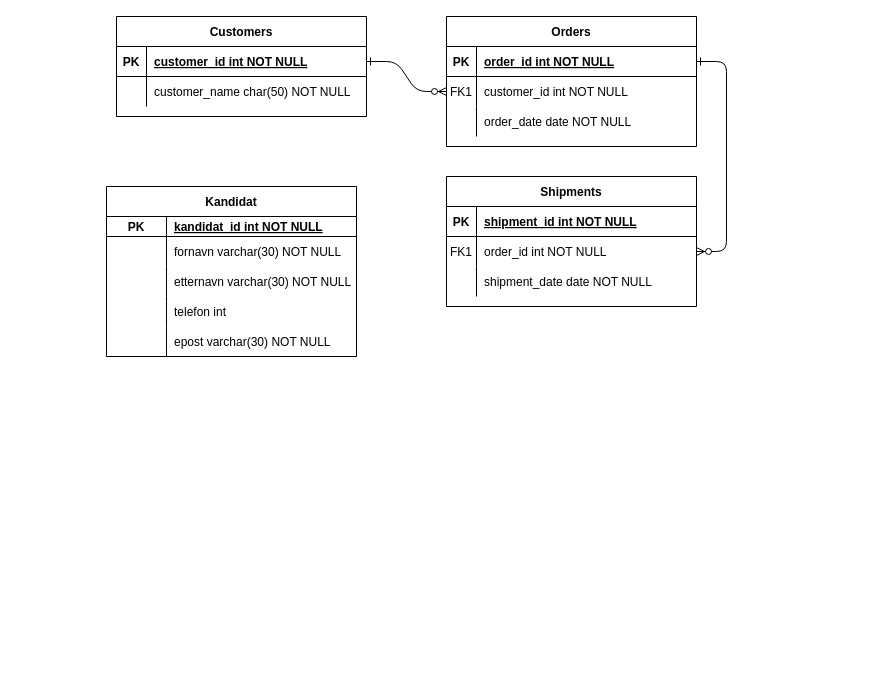
Above: Vikartjeneste ER.drawio in SchatzerZD/SQLDatabase (draw.io), before the change. Source tidied: cells renumbered, new cells numbered last; positions are measured from the earlier drawing's top-left corner, leaving out a move shared by most shapes. Both pictures are drawn from the tidied source at 100%, with x=0, y=0 at pixel (106, 16).
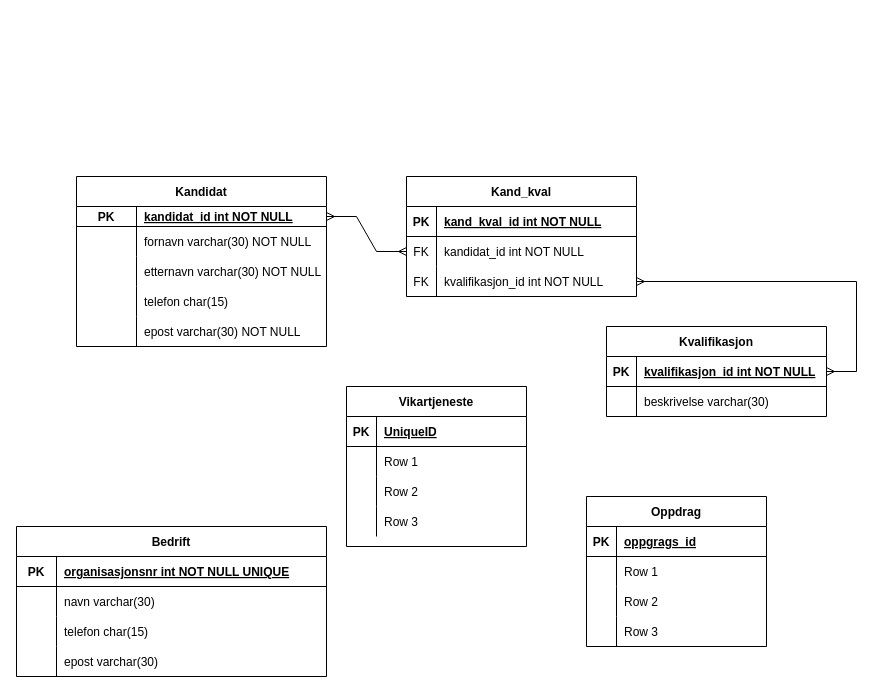
Above is the later version.

The change refers to these unchanged cells:
```xml
<mxCell id="32" style="shape=tableRow;horizontal=0;startSize=0;swimlaneHead=0;swimlaneBody=0;fillColor=none;points=[[0,0.5],[1,0.5]];portConstraint=eastwest;top=0;left=0;right=0;bottom=1;" parent="31" vertex="1">
  <mxGeometry y="30" width="250" height="20" as="geometry" />
</mxCell>
<mxCell id="41" style="shape=tableRow;horizontal=0;startSize=0;swimlaneHead=0;swimlaneBody=0;fillColor=none;top=0;left=0;right=0;bottom=0;" parent="31" vertex="1">
  <mxGeometry y="110" width="250" height="30" as="geometry" />
</mxCell>
```

Change to the diagram source:
```diff
@@
-    <mxCell id="2" style="edgeStyle=entityRelationEdgeStyle;endArrow=ERzeroToMany;startArrow=ERone;endFill=1;startFill=0;" parent="1" edge="1" source="25" target="8">
-      <mxGeometry relative="1" as="geometry" />
-    </mxCell>
-    <mxCell id="3" style="edgeStyle=entityRelationEdgeStyle;endArrow=ERzeroToMany;startArrow=ERone;endFill=1;startFill=0;" parent="1" edge="1" source="5" target="18">
-      <mxGeometry relative="1" as="geometry" />
-    </mxCell>
-    <mxCell id="4" value="Orders" style="shape=table;startSize=30;childLayout=tableLayout;rowLines=0;fontStyle=1;align=center;" parent="1" vertex="1">
-      <mxGeometry x="340" width="250" height="130" as="geometry" />
-    </mxCell>
-    <mxCell id="5" style="shape=partialRectangle;fillColor=none;points=[[0,0.5],[1,0.5]];portConstraint=eastwest;top=0;left=0;right=0;bottom=1;" parent="4" vertex="1">
-      <mxGeometry y="30" width="250" height="30" as="geometry" />
-    </mxCell>
-    <mxCell id="6" value="PK" style="shape=partialRectangle;overflow=hidden;fillColor=none;top=0;left=0;bottom=0;right=0;fontStyle=1;" parent="5" vertex="1">
-      <mxGeometry width="30" height="30" as="geometry" />
-    </mxCell>
-    <mxCell id="7" value="order_id int NOT NULL " style="shape=partialRectangle;overflow=hidden;fillColor=none;top=0;left=0;bottom=0;right=0;align=left;spacingLeft=6;fontStyle=5;" parent="5" vertex="1">
-      <mxGeometry x="30" width="220" height="30" as="geometry" />
-    </mxCell>
-    <mxCell id="8" style="shape=partialRectangle;fillColor=none;points=[[0,0.5],[1,0.5]];portConstraint=eastwest;top=0;left=0;right=0;bottom=0;" parent="4" vertex="1">
-      <mxGeometry y="60" width="250" height="30" as="geometry" />
-    </mxCell>
-    <mxCell id="9" value="FK1" style="shape=partialRectangle;overflow=hidden;fillColor=none;top=0;left=0;bottom=0;right=0;" parent="8" vertex="1">
-      <mxGeometry width="30" height="30" as="geometry" />
-    </mxCell>
-    <mxCell id="10" value="customer_id int NOT NULL" style="shape=partialRectangle;overflow=hidden;fillColor=none;top=0;left=0;bottom=0;right=0;align=left;spacingLeft=6;" parent="8" vertex="1">
-      <mxGeometry x="30" width="220" height="30" as="geometry" />
-    </mxCell>
-    <mxCell id="11" style="shape=partialRectangle;fillColor=none;top=0;left=0;right=0;bottom=0;" parent="4" vertex="1">
-      <mxGeometry y="90" width="250" height="30" as="geometry" />
-    </mxCell>
-    <mxCell id="12" style="shape=partialRectangle;overflow=hidden;fillColor=none;top=0;left=0;bottom=0;right=0;" parent="11" vertex="1">
-      <mxGeometry width="30" height="30" as="geometry" />
-    </mxCell>
-    <mxCell id="13" value="order_date date NOT NULL" style="shape=partialRectangle;overflow=hidden;fillColor=none;top=0;left=0;bottom=0;right=0;align=left;spacingLeft=6;" parent="11" vertex="1">
-      <mxGeometry x="30" width="220" height="30" as="geometry" />
-    </mxCell>
-    <mxCell id="14" value="Shipments" style="shape=table;startSize=30;childLayout=tableLayout;rowLines=0;fontStyle=1;align=center;" parent="1" vertex="1">
-      <mxGeometry x="340" y="160" width="250" height="130" as="geometry" />
-    </mxCell>
-    <mxCell id="15" style="shape=partialRectangle;fillColor=none;top=0;left=0;right=0;bottom=1;" parent="14" vertex="1">
-      <mxGeometry y="30" width="250" height="30" as="geometry" />
-    </mxCell>
-    <mxCell id="16" value="PK" style="shape=partialRectangle;overflow=hidden;fillColor=none;top=0;left=0;bottom=0;right=0;fontStyle=1;" parent="15" vertex="1">
-      <mxGeometry width="30" height="30" as="geometry" />
-    </mxCell>
-    <mxCell id="17" value="shipment_id int NOT NULL " style="shape=partialRectangle;overflow=hidden;fillColor=none;top=0;left=0;bottom=0;right=0;align=left;spacingLeft=6;fontStyle=5;" parent="15" vertex="1">
-      <mxGeometry x="30" width="220" height="30" as="geometry" />
-    </mxCell>
-    <mxCell id="18" style="shape=partialRectangle;fillColor=none;points=[[0,0.5],[1,0.5]];portConstraint=eastwest;top=0;left=0;right=0;bottom=0;" parent="14" vertex="1">
-      <mxGeometry y="60" width="250" height="30" as="geometry" />
-    </mxCell>
-    <mxCell id="19" value="FK1" style="shape=partialRectangle;overflow=hidden;fillColor=none;top=0;left=0;bottom=0;right=0;" parent="18" vertex="1">
-      <mxGeometry width="30" height="30" as="geometry" />
-    </mxCell>
-    <mxCell id="20" value="order_id int NOT NULL" style="shape=partialRectangle;overflow=hidden;fillColor=none;top=0;left=0;bottom=0;right=0;align=left;spacingLeft=6;" parent="18" vertex="1">
-      <mxGeometry x="30" width="220" height="30" as="geometry" />
-    </mxCell>
-    <mxCell id="21" style="shape=partialRectangle;fillColor=none;top=0;left=0;right=0;bottom=0;" parent="14" vertex="1">
-      <mxGeometry y="90" width="250" height="30" as="geometry" />
-    </mxCell>
-    <mxCell id="22" style="shape=partialRectangle;overflow=hidden;fillColor=none;top=0;left=0;bottom=0;right=0;" parent="21" vertex="1">
-      <mxGeometry width="30" height="30" as="geometry" />
-    </mxCell>
-    <mxCell id="23" value="shipment_date date NOT NULL" style="shape=partialRectangle;overflow=hidden;fillColor=none;top=0;left=0;bottom=0;right=0;align=left;spacingLeft=6;" parent="21" vertex="1">
-      <mxGeometry x="30" width="220" height="30" as="geometry" />
-    </mxCell>
-    <mxCell id="24" value="Customers" style="shape=table;startSize=30;childLayout=tableLayout;rowLines=0;fontStyle=1;align=center;" parent="1" vertex="1">
-      <mxGeometry x="10" width="250" height="100" as="geometry" />
-    </mxCell>
-    <mxCell id="25" style="shape=partialRectangle;fillColor=none;points=[[0,0.5],[1,0.5]];portConstraint=eastwest;top=0;left=0;right=0;bottom=1;" parent="24" vertex="1">
-      <mxGeometry y="30" width="250" height="30" as="geometry" />
-    </mxCell>
-    <mxCell id="26" value="PK" style="shape=partialRectangle;overflow=hidden;fillColor=none;top=0;left=0;bottom=0;right=0;fontStyle=1;" parent="25" vertex="1">
-      <mxGeometry width="30" height="30" as="geometry" />
-    </mxCell>
-    <mxCell id="27" value="customer_id int NOT NULL " style="shape=partialRectangle;overflow=hidden;fillColor=none;top=0;left=0;bottom=0;right=0;align=left;spacingLeft=6;fontStyle=5;" parent="25" vertex="1">
-      <mxGeometry x="30" width="220" height="30" as="geometry" />
-    </mxCell>
-    <mxCell id="28" style="shape=partialRectangle;fillColor=none;top=0;left=0;right=0;bottom=0;" parent="24" vertex="1">
-      <mxGeometry y="60" width="250" height="30" as="geometry" />
-    </mxCell>
-    <mxCell id="29" style="shape=partialRectangle;overflow=hidden;fillColor=none;top=0;left=0;bottom=0;right=0;" parent="28" vertex="1">
-      <mxGeometry width="30" height="30" as="geometry" />
-    </mxCell>
-    <mxCell id="30" value="customer_name char(50) NOT NULL" style="shape=partialRectangle;overflow=hidden;fillColor=none;top=0;left=0;bottom=0;right=0;align=left;spacingLeft=6;" parent="28" vertex="1">
-      <mxGeometry x="30" width="220" height="30" as="geometry" />
-    </mxCell>
     <mxCell id="31" value="Kandidat" style="shape=table;startSize=30;childLayout=tableLayout;rowLines=0;fontStyle=1;align=center;" parent="1" vertex="1">
-      <mxGeometry y="170" width="250" height="170" as="geometry" />
+      <mxGeometry x="-30" y="160" width="250" height="170" as="geometry" />
     </mxCell>
@@
-    <mxCell id="43" value="telefon int" style="shape=partialRectangle;fillColor=none;top=0;left=0;bottom=0;right=0;align=left;spacingLeft=6;overflow=hidden;" parent="41" vertex="1">
+    <mxCell id="43" value="telefon char(15)" style="shape=partialRectangle;fillColor=none;top=0;left=0;bottom=0;right=0;align=left;spacingLeft=6;overflow=hidden;" parent="41" vertex="1">
       <mxGeometry x="60" width="190" height="30" as="geometry" />
     </mxCell>
@@
+    <mxCell id="51" value="Bedrift" style="shape=table;startSize=30;childLayout=tableLayout;rowLines=0;fontStyle=1;align=center;" parent="1" vertex="1">
+      <mxGeometry x="-90" y="510" width="310" height="150" as="geometry" />
+    </mxCell>
+    <mxCell id="52" style="shape=tableRow;horizontal=0;startSize=0;swimlaneHead=0;swimlaneBody=0;fillColor=none;top=0;left=0;right=0;bottom=1;" parent="51" vertex="1">
+      <mxGeometry y="30" width="310" height="30" as="geometry" />
+    </mxCell>
+    <mxCell id="53" value="PK" style="shape=partialRectangle;fillColor=none;top=0;left=0;bottom=0;right=0;fontStyle=1;overflow=hidden;" parent="52" vertex="1">
+      <mxGeometry width="40" height="30" as="geometry" />
+    </mxCell>
+    <mxCell id="54" value="organisasjonsnr int NOT NULL UNIQUE" style="shape=partialRectangle;fillColor=none;top=0;left=0;bottom=0;right=0;align=left;spacingLeft=6;fontStyle=5;overflow=hidden;" parent="52" vertex="1">
+      <mxGeometry x="40" width="270" height="30" as="geometry" />
+    </mxCell>
+    <mxCell id="55" style="shape=tableRow;horizontal=0;startSize=0;swimlaneHead=0;swimlaneBody=0;fillColor=none;top=0;left=0;right=0;bottom=0;" parent="51" vertex="1">
+      <mxGeometry y="60" width="310" height="30" as="geometry" />
+    </mxCell>
+    <mxCell id="56" style="shape=partialRectangle;fillColor=none;top=0;left=0;bottom=0;right=0;overflow=hidden;" parent="55" vertex="1">
+      <mxGeometry width="40" height="30" as="geometry" />
+    </mxCell>
+    <mxCell id="57" value="navn varchar(30)" style="shape=partialRectangle;fillColor=none;top=0;left=0;bottom=0;right=0;align=left;spacingLeft=6;overflow=hidden;" parent="55" vertex="1">
+      <mxGeometry x="40" width="270" height="30" as="geometry" />
+    </mxCell>
+    <mxCell id="58" style="shape=tableRow;horizontal=0;startSize=0;swimlaneHead=0;swimlaneBody=0;fillColor=none;top=0;left=0;right=0;bottom=0;" parent="51" vertex="1">
+      <mxGeometry y="90" width="310" height="30" as="geometry" />
+    </mxCell>
+    <mxCell id="59" style="shape=partialRectangle;fillColor=none;top=0;left=0;bottom=0;right=0;overflow=hidden;" parent="58" vertex="1">
+      <mxGeometry width="40" height="30" as="geometry" />
+    </mxCell>
+    <mxCell id="60" value="telefon char(15)" style="shape=partialRectangle;fillColor=none;top=0;left=0;bottom=0;right=0;align=left;spacingLeft=6;overflow=hidden;" parent="58" vertex="1">
+      <mxGeometry x="40" width="270" height="30" as="geometry" />
+    </mxCell>
+    <mxCell id="61" style="shape=tableRow;horizontal=0;startSize=0;swimlaneHead=0;swimlaneBody=0;fillColor=none;top=0;left=0;right=0;bottom=0;" parent="51" vertex="1">
+      <mxGeometry y="120" width="310" height="30" as="geometry" />
+    </mxCell>
+    <mxCell id="62" style="shape=partialRectangle;fillColor=none;top=0;left=0;bottom=0;right=0;overflow=hidden;" parent="61" vertex="1">
+      <mxGeometry width="40" height="30" as="geometry" />
+    </mxCell>
+    <mxCell id="63" value="epost varchar(30)" style="shape=partialRectangle;fillColor=none;top=0;left=0;bottom=0;right=0;align=left;spacingLeft=6;overflow=hidden;" parent="61" vertex="1">
+      <mxGeometry x="40" width="270" height="30" as="geometry" />
+    </mxCell>
+    <mxCell id="64" value="Kvalifikasjon" style="shape=table;startSize=30;childLayout=tableLayout;rowLines=0;fontStyle=1;align=center;" parent="1" vertex="1">
+      <mxGeometry x="500" y="310" width="220" height="90" as="geometry" />
+    </mxCell>
+    <mxCell id="65" style="shape=tableRow;horizontal=0;startSize=0;swimlaneHead=0;swimlaneBody=0;fillColor=none;points=[[0,0.5],[1,0.5]];portConstraint=eastwest;top=0;left=0;right=0;bottom=1;" parent="64" vertex="1">
+      <mxGeometry y="30" width="220" height="30" as="geometry" />
+    </mxCell>
+    <mxCell id="66" value="PK" style="shape=partialRectangle;fillColor=none;top=0;left=0;bottom=0;right=0;fontStyle=1;overflow=hidden;" parent="65" vertex="1">
+      <mxGeometry width="30" height="30" as="geometry" />
+    </mxCell>
+    <mxCell id="67" value="kvalifikasjon_id int NOT NULL" style="shape=partialRectangle;fillColor=none;top=0;left=0;bottom=0;right=0;align=left;spacingLeft=6;fontStyle=5;overflow=hidden;" parent="65" vertex="1">
+      <mxGeometry x="30" width="190" height="30" as="geometry" />
+    </mxCell>
+    <mxCell id="68" style="shape=tableRow;horizontal=0;startSize=0;swimlaneHead=0;swimlaneBody=0;fillColor=none;top=0;left=0;right=0;bottom=0;" parent="64" vertex="1">
+      <mxGeometry y="60" width="220" height="30" as="geometry" />
+    </mxCell>
+    <mxCell id="69" style="shape=partialRectangle;fillColor=none;top=0;left=0;bottom=0;right=0;overflow=hidden;" parent="68" vertex="1">
+      <mxGeometry width="30" height="30" as="geometry" />
+    </mxCell>
+    <mxCell id="70" value="beskrivelse varchar(30)" style="shape=partialRectangle;fillColor=none;top=0;left=0;bottom=0;right=0;align=left;spacingLeft=6;overflow=hidden;" parent="68" vertex="1">
+      <mxGeometry x="30" width="190" height="30" as="geometry" />
+    </mxCell>
+    <mxCell id="71" style="edgeStyle=entityRelationEdgeStyle;fontSize=12;html=1;endArrow=ERmany;startArrow=ERmany;rounded=0;" parent="1" edge="1" source="79" target="65">
+      <mxGeometry relative="1" as="geometry" />
+    </mxCell>
+    <mxCell id="72" value="Kand_kval" style="shape=table;startSize=30;childLayout=tableLayout;rowLines=0;fontStyle=1;align=center;" parent="1" vertex="1">
+      <mxGeometry x="300" y="160" width="230" height="120" as="geometry" />
+    </mxCell>
+    <mxCell id="73" style="shape=tableRow;horizontal=0;startSize=0;swimlaneHead=0;swimlaneBody=0;fillColor=none;top=0;left=0;right=0;bottom=1;" parent="72" vertex="1">
+      <mxGeometry y="30" width="230" height="30" as="geometry" />
+    </mxCell>
+    <mxCell id="74" value="PK" style="shape=partialRectangle;fillColor=none;top=0;left=0;bottom=0;right=0;fontStyle=1;overflow=hidden;" parent="73" vertex="1">
+      <mxGeometry width="30" height="30" as="geometry" />
+    </mxCell>
+    <mxCell id="75" value="kand_kval_id int NOT NULL" style="shape=partialRectangle;fillColor=none;top=0;left=0;bottom=0;right=0;align=left;spacingLeft=6;fontStyle=5;overflow=hidden;" parent="73" vertex="1">
+      <mxGeometry x="30" width="200" height="30" as="geometry" />
+    </mxCell>
+    <mxCell id="76" style="shape=tableRow;horizontal=0;startSize=0;swimlaneHead=0;swimlaneBody=0;fillColor=none;points=[[0,0.5],[1,0.5]];portConstraint=eastwest;top=0;left=0;right=0;bottom=0;" parent="72" vertex="1">
+      <mxGeometry y="60" width="230" height="30" as="geometry" />
+    </mxCell>
+    <mxCell id="77" value="FK" style="shape=partialRectangle;fillColor=none;top=0;left=0;bottom=0;right=0;fontStyle=0;overflow=hidden;" parent="76" vertex="1">
+      <mxGeometry width="30" height="30" as="geometry" />
+    </mxCell>
+    <mxCell id="78" value="kandidat_id int NOT NULL" style="shape=partialRectangle;fillColor=none;top=0;left=0;bottom=0;right=0;align=left;spacingLeft=6;fontStyle=0;overflow=hidden;" parent="76" vertex="1">
+      <mxGeometry x="30" width="200" height="30" as="geometry" />
+    </mxCell>
+    <mxCell id="79" style="shape=tableRow;horizontal=0;startSize=0;swimlaneHead=0;swimlaneBody=0;fillColor=none;points=[[0,0.5],[1,0.5]];portConstraint=eastwest;top=0;left=0;right=0;bottom=0;" parent="72" vertex="1">
+      <mxGeometry y="90" width="230" height="30" as="geometry" />
+    </mxCell>
+    <mxCell id="80" value="FK" style="shape=partialRectangle;fillColor=none;top=0;left=0;bottom=0;right=0;fontStyle=0;overflow=hidden;" parent="79" vertex="1">
+      <mxGeometry width="30" height="30" as="geometry" />
+    </mxCell>
+    <mxCell id="81" value="kvalifikasjon_id int NOT NULL" style="shape=partialRectangle;fillColor=none;top=0;left=0;bottom=0;right=0;align=left;spacingLeft=6;fontStyle=0;overflow=hidden;" parent="79" vertex="1">
+      <mxGeometry x="30" width="200" height="30" as="geometry" />
+    </mxCell>
+    <mxCell id="82" style="edgeStyle=entityRelationEdgeStyle;fontSize=12;html=1;endArrow=ERmany;startArrow=ERmany;rounded=0;" parent="1" edge="1" source="32" target="76">
+      <mxGeometry relative="1" as="geometry" />
+    </mxCell>
+    <mxCell id="83" value="Oppdrag" style="shape=table;startSize=30;childLayout=tableLayout;rowLines=0;fontStyle=1;align=center;" parent="1" vertex="1">
+      <mxGeometry x="480" y="480" width="180" height="150" as="geometry" />
+    </mxCell>
+    <mxCell id="84" style="shape=tableRow;horizontal=0;startSize=0;swimlaneHead=0;swimlaneBody=0;fillColor=none;top=0;left=0;right=0;bottom=1;" parent="83" vertex="1">
+      <mxGeometry y="30" width="180" height="30" as="geometry" />
+    </mxCell>
+    <mxCell id="85" value="PK" style="shape=partialRectangle;fillColor=none;top=0;left=0;bottom=0;right=0;fontStyle=1;overflow=hidden;" parent="84" vertex="1">
+      <mxGeometry width="30" height="30" as="geometry" />
+    </mxCell>
+    <mxCell id="86" value="oppgrags_id" style="shape=partialRectangle;fillColor=none;top=0;left=0;bottom=0;right=0;align=left;spacingLeft=6;fontStyle=5;overflow=hidden;" parent="84" vertex="1">
+      <mxGeometry x="30" width="150" height="30" as="geometry" />
+    </mxCell>
+    <mxCell id="87" style="shape=tableRow;horizontal=0;startSize=0;swimlaneHead=0;swimlaneBody=0;fillColor=none;top=0;left=0;right=0;bottom=0;" parent="83" vertex="1">
+      <mxGeometry y="60" width="180" height="30" as="geometry" />
+    </mxCell>
+    <mxCell id="88" style="shape=partialRectangle;fillColor=none;top=0;left=0;bottom=0;right=0;overflow=hidden;" parent="87" vertex="1">
+      <mxGeometry width="30" height="30" as="geometry" />
+    </mxCell>
+    <mxCell id="89" value="Row 1" style="shape=partialRectangle;fillColor=none;top=0;left=0;bottom=0;right=0;align=left;spacingLeft=6;overflow=hidden;" parent="87" vertex="1">
+      <mxGeometry x="30" width="150" height="30" as="geometry" />
+    </mxCell>
+    <mxCell id="90" style="shape=tableRow;horizontal=0;startSize=0;swimlaneHead=0;swimlaneBody=0;fillColor=none;top=0;left=0;right=0;bottom=0;" parent="83" vertex="1">
+      <mxGeometry y="90" width="180" height="30" as="geometry" />
+    </mxCell>
+    <mxCell id="91" style="shape=partialRectangle;fillColor=none;top=0;left=0;bottom=0;right=0;overflow=hidden;" parent="90" vertex="1">
+      <mxGeometry width="30" height="30" as="geometry" />
+    </mxCell>
+    <mxCell id="92" value="Row 2" style="shape=partialRectangle;fillColor=none;top=0;left=0;bottom=0;right=0;align=left;spacingLeft=6;overflow=hidden;" parent="90" vertex="1">
+      <mxGeometry x="30" width="150" height="30" as="geometry" />
+    </mxCell>
+    <mxCell id="93" style="shape=tableRow;horizontal=0;startSize=0;swimlaneHead=0;swimlaneBody=0;fillColor=none;top=0;left=0;right=0;bottom=0;" parent="83" vertex="1">
+      <mxGeometry y="120" width="180" height="30" as="geometry" />
+    </mxCell>
+    <mxCell id="94" style="shape=partialRectangle;fillColor=none;top=0;left=0;bottom=0;right=0;overflow=hidden;" parent="93" vertex="1">
+      <mxGeometry width="30" height="30" as="geometry" />
+    </mxCell>
+    <mxCell id="95" value="Row 3" style="shape=partialRectangle;fillColor=none;top=0;left=0;bottom=0;right=0;align=left;spacingLeft=6;overflow=hidden;" parent="93" vertex="1">
+      <mxGeometry x="30" width="150" height="30" as="geometry" />
+    </mxCell>
+    <mxCell id="96" value="Vikartjeneste" style="shape=table;startSize=30;childLayout=tableLayout;rowLines=0;fontStyle=1;align=center;" parent="1" vertex="1">
+      <mxGeometry x="240" y="370" width="180" height="160" as="geometry" />
+    </mxCell>
+    <mxCell id="97" style="shape=tableRow;horizontal=0;startSize=0;swimlaneHead=0;swimlaneBody=0;fillColor=none;top=0;left=0;right=0;bottom=1;" parent="96" vertex="1">
+      <mxGeometry y="30" width="180" height="30" as="geometry" />
+    </mxCell>
+    <mxCell id="98" value="PK" style="shape=partialRectangle;fillColor=none;top=0;left=0;bottom=0;right=0;fontStyle=1;overflow=hidden;" parent="97" vertex="1">
+      <mxGeometry width="30" height="30" as="geometry" />
+    </mxCell>
+    <mxCell id="99" value="UniqueID" style="shape=partialRectangle;fillColor=none;top=0;left=0;bottom=0;right=0;align=left;spacingLeft=6;fontStyle=5;overflow=hidden;" parent="97" vertex="1">
+      <mxGeometry x="30" width="150" height="30" as="geometry" />
+    </mxCell>
+    <mxCell id="100" style="shape=tableRow;horizontal=0;startSize=0;swimlaneHead=0;swimlaneBody=0;fillColor=none;top=0;left=0;right=0;bottom=0;" parent="96" vertex="1">
+      <mxGeometry y="60" width="180" height="30" as="geometry" />
+    </mxCell>
+    <mxCell id="101" style="shape=partialRectangle;fillColor=none;top=0;left=0;bottom=0;right=0;overflow=hidden;" parent="100" vertex="1">
+      <mxGeometry width="30" height="30" as="geometry" />
+    </mxCell>
+    <mxCell id="102" value="Row 1" style="shape=partialRectangle;fillColor=none;top=0;left=0;bottom=0;right=0;align=left;spacingLeft=6;overflow=hidden;" parent="100" vertex="1">
+      <mxGeometry x="30" width="150" height="30" as="geometry" />
+    </mxCell>
+    <mxCell id="103" style="shape=tableRow;horizontal=0;startSize=0;swimlaneHead=0;swimlaneBody=0;fillColor=none;top=0;left=0;right=0;bottom=0;" parent="96" vertex="1">
+      <mxGeometry y="90" width="180" height="30" as="geometry" />
+    </mxCell>
+    <mxCell id="104" style="shape=partialRectangle;fillColor=none;top=0;left=0;bottom=0;right=0;overflow=hidden;" parent="103" vertex="1">
+      <mxGeometry width="30" height="30" as="geometry" />
+    </mxCell>
+    <mxCell id="105" value="Row 2" style="shape=partialRectangle;fillColor=none;top=0;left=0;bottom=0;right=0;align=left;spacingLeft=6;overflow=hidden;" parent="103" vertex="1">
+      <mxGeometry x="30" width="150" height="30" as="geometry" />
+    </mxCell>
+    <mxCell id="106" style="shape=tableRow;horizontal=0;startSize=0;swimlaneHead=0;swimlaneBody=0;fillColor=none;top=0;left=0;right=0;bottom=0;" parent="96" vertex="1">
+      <mxGeometry y="120" width="180" height="30" as="geometry" />
+    </mxCell>
+    <mxCell id="107" style="shape=partialRectangle;fillColor=none;top=0;left=0;bottom=0;right=0;overflow=hidden;" parent="106" vertex="1">
+      <mxGeometry width="30" height="30" as="geometry" />
+    </mxCell>
+    <mxCell id="108" value="Row 3" style="shape=partialRectangle;fillColor=none;top=0;left=0;bottom=0;right=0;align=left;spacingLeft=6;overflow=hidden;" parent="106" vertex="1">
+      <mxGeometry x="30" width="150" height="30" as="geometry" />
+    </mxCell>
```
